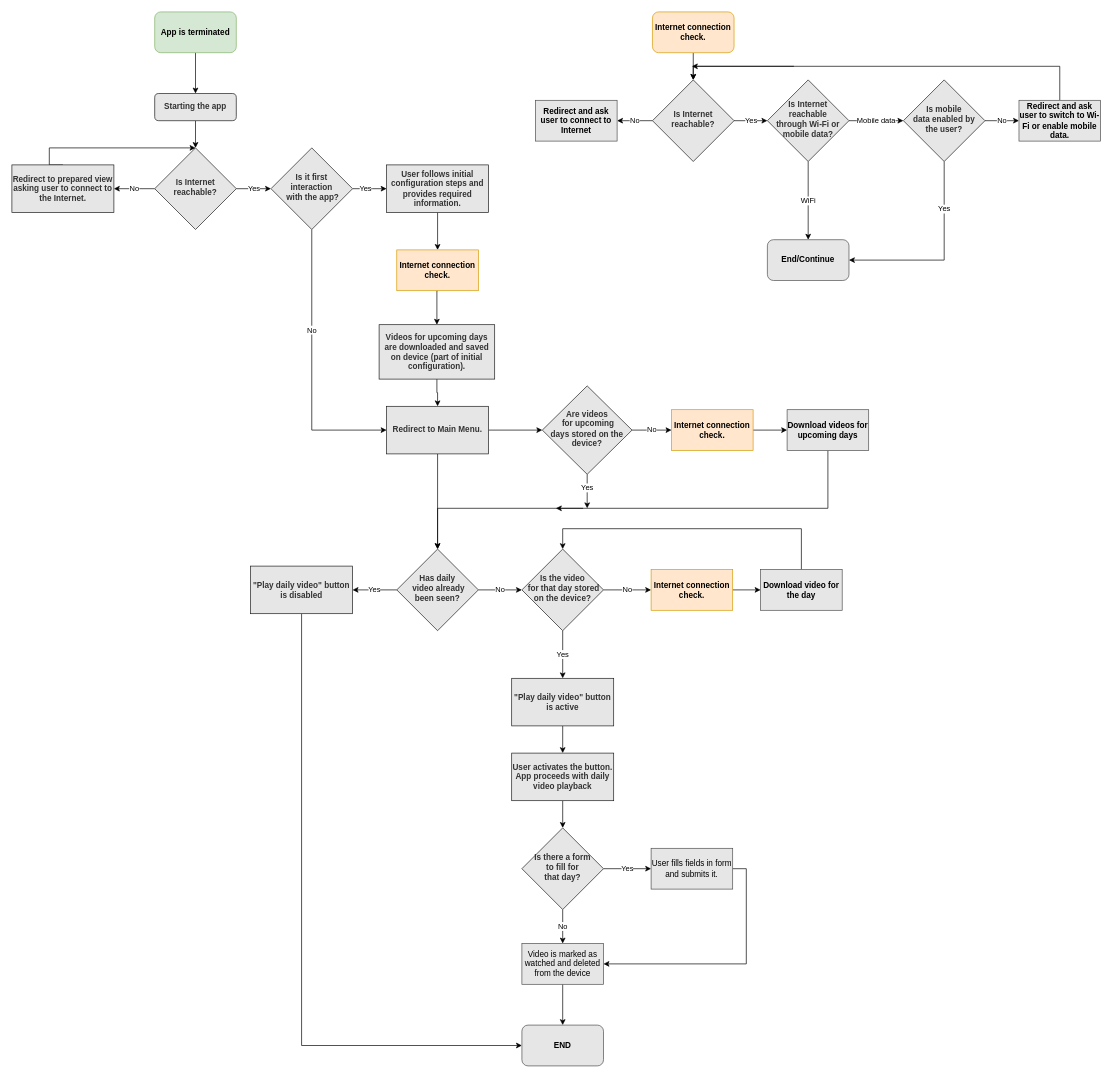
The draw.io diagram flow_charts/app_flow_chart.drawio in navuyi/LongTerm-TUFIQoE-2021, before the edit. Source tidied: cells renumbered, new cells numbered last; positions are measured from the earlier drawing's top-left corner, leaving out a move shared by most shapes. Both pictures are drawn from the tidied source at 68%, with x=0, y=0 at pixel (12, 12).
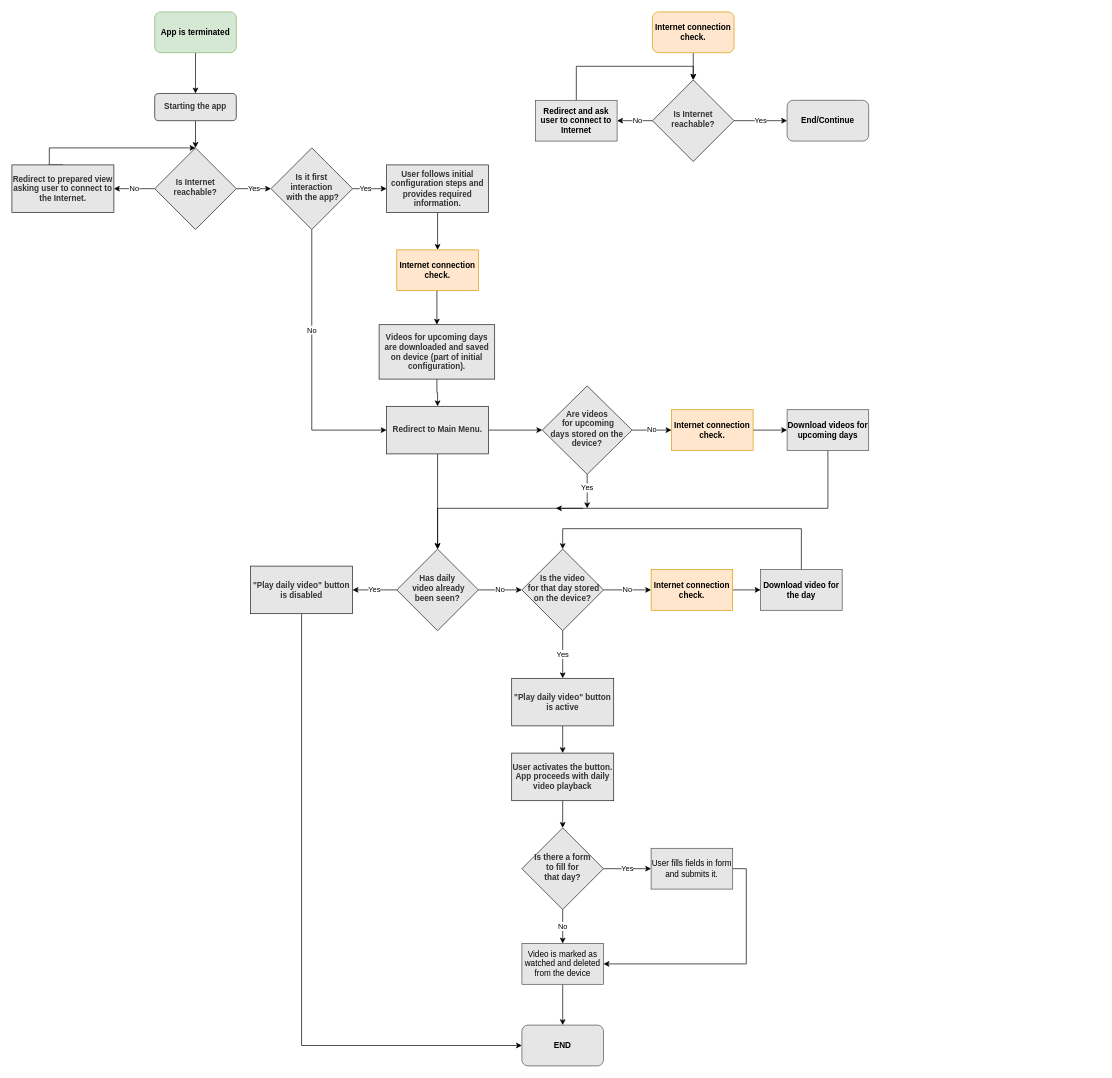
The same diagram, later.

The change refers to these unchanged cells:
```xml
<mxCell id="22" value="&lt;b&gt;Is Internet reachable?&lt;/b&gt;" style="rhombus;whiteSpace=wrap;html=1;shadow=0;fontFamily=Helvetica;fontSize=12;align=center;strokeWidth=1;spacing=6;spacingTop=-4;fillColor=#E6E6E6;fontColor=#333333;strokeColor=#1A1A1A;" parent="1" vertex="1">
  <mxGeometry x="942" y="100" width="120" height="120" as="geometry" />
</mxCell>
<mxCell id="36" value="&lt;b&gt;Redirect and ask user to connect to Internet&lt;/b&gt;" style="rounded=0;whiteSpace=wrap;html=1;fillColor=#E6E6E6;strokeColor=#4D4D4D;" parent="1" vertex="1">
  <mxGeometry x="770" y="130" width="120" height="60" as="geometry" />
</mxCell>
```

The edit, as a diff of the source:
```diff
@@
     <mxCell id="20" value="No" style="edgeStyle=orthogonalEdgeStyle;rounded=0;jettySize=auto;html=1;exitX=0;exitY=0.5;exitDx=0;exitDy=0;entryX=1;entryY=0.5;entryDx=0;entryDy=0;" parent="1" edge="1" source="22" target="36">
-      <mxGeometry relative="1" as="geometry">
+      <mxGeometry x="-0.15" relative="1" as="geometry">
         <Array as="points">
           <mxPoint x="942" y="160" />
           <mxPoint x="942" y="160" />
         </Array>
       </mxGeometry>
     </mxCell>
-    <mxCell id="21" value="Yes" style="edgeStyle=orthogonalEdgeStyle;rounded=0;jettySize=auto;html=1;exitX=1;exitY=0.5;exitDx=0;exitDy=0;entryX=0;entryY=0.5;entryDx=0;entryDy=0;" parent="1" edge="1" source="22" target="40">
+    <mxCell id="21" value="Yes" style="edgeStyle=orthogonalEdgeStyle;rounded=0;jettySize=auto;html=1;exitX=1;exitY=0.5;exitDx=0;exitDy=0;entryX=0;entryY=0.5;entryDx=0;entryDy=0;" parent="1" edge="1" source="22" target="37">
       <mxGeometry relative="1" as="geometry" />
     </mxCell>
@@
+    <mxCell id="71" style="edgeStyle=orthogonalEdgeStyle;rounded=0;jettySize=auto;html=1;exitX=0.5;exitY=0;exitDx=0;exitDy=0;entryX=0.5;entryY=0;entryDx=0;entryDy=0;" parent="1" edge="1" source="36" target="22">
+      <mxGeometry relative="1" as="geometry">
+        <Array as="points">
+          <mxPoint x="830" y="80" />
+          <mxPoint x="1002" y="80" />
+        </Array>
+      </mxGeometry>
+    </mxCell>
@@
     <mxCell id="37" value="&lt;b&gt;End/Continue&lt;/b&gt;" style="rounded=1;whiteSpace=wrap;html=1;strokeColor=#4D4D4D;fillColor=#E6E6E6;" parent="1" vertex="1">
-      <mxGeometry x="1111" y="335" width="120" height="60" as="geometry" />
+      <mxGeometry x="1140" y="130" width="120" height="60" as="geometry" />
     </mxCell>
-    <mxCell id="38" value="WiFi" style="edgeStyle=orthogonalEdgeStyle;rounded=0;jettySize=auto;html=1;exitX=0.5;exitY=1;exitDx=0;exitDy=0;entryX=0.5;entryY=0;entryDx=0;entryDy=0;" parent="1" edge="1" source="40" target="37">
-      <mxGeometry relative="1" as="geometry" />
-    </mxCell>
-    <mxCell id="39" value="Mobile data" style="edgeStyle=orthogonalEdgeStyle;rounded=0;jettySize=auto;html=1;exitX=1;exitY=0.5;exitDx=0;exitDy=0;entryX=0;entryY=0.5;entryDx=0;entryDy=0;" parent="1" edge="1" source="40" target="43">
-      <mxGeometry relative="1" as="geometry" />
-    </mxCell>
-    <mxCell id="40" value="&lt;b&gt;Is Internet reachable &lt;br&gt;through Wi-Fi or mobile data?&lt;/b&gt;" style="rhombus;whiteSpace=wrap;html=1;shadow=0;fontFamily=Helvetica;fontSize=12;align=center;strokeWidth=1;spacing=6;spacingTop=-4;fillColor=#E6E6E6;fontColor=#333333;strokeColor=#1A1A1A;" parent="1" vertex="1">
-      <mxGeometry x="1111" y="100" width="120" height="120" as="geometry" />
-    </mxCell>
-    <mxCell id="41" value="Yes" style="edgeStyle=orthogonalEdgeStyle;rounded=0;jettySize=auto;html=1;exitX=0.5;exitY=1;exitDx=0;exitDy=0;entryX=1;entryY=0.5;entryDx=0;entryDy=0;" parent="1" edge="1" source="43" target="37">
-      <mxGeometry x="-0.51" relative="1" as="geometry" />
-    </mxCell>
-    <mxCell id="42" value="No" style="edgeStyle=orthogonalEdgeStyle;rounded=0;jettySize=auto;html=1;exitX=1;exitY=0.5;exitDx=0;exitDy=0;entryX=0;entryY=0.5;entryDx=0;entryDy=0;" parent="1" edge="1" source="43" target="45">
-      <mxGeometry relative="1" as="geometry" />
-    </mxCell>
-    <mxCell id="43" value="&lt;b&gt;Is mobile &lt;br&gt;data enabled by the user?&lt;/b&gt;" style="rhombus;whiteSpace=wrap;html=1;shadow=0;fontFamily=Helvetica;fontSize=12;align=center;strokeWidth=1;spacing=6;spacingTop=-4;fillColor=#E6E6E6;fontColor=#333333;strokeColor=#1A1A1A;" parent="1" vertex="1">
-      <mxGeometry x="1311" y="100" width="120" height="120" as="geometry" />
-    </mxCell>
-    <mxCell id="44" style="edgeStyle=orthogonalEdgeStyle;rounded=0;jettySize=auto;html=1;exitX=0.5;exitY=0;exitDx=0;exitDy=0;entryX=0.5;entryY=0;entryDx=0;entryDy=0;" parent="1" edge="1" source="45" target="22">
-      <mxGeometry relative="1" as="geometry">
-        <Array as="points">
-          <mxPoint x="1541" y="80" />
-          <mxPoint x="1002" y="80" />
-        </Array>
-      </mxGeometry>
-    </mxCell>
-    <mxCell id="45" value="&lt;b&gt;Redirect and ask user to switch to Wi-Fi or enable mobile data.&lt;/b&gt;" style="rounded=0;whiteSpace=wrap;html=1;strokeColor=#4D4D4D;fillColor=#E6E6E6;" parent="1" vertex="1">
-      <mxGeometry x="1481" y="130" width="120" height="60" as="geometry" />
-    </mxCell>
@@
-    <mxCell id="60" style="endArrow=classic;html=1;verticalAlign=middle;" parent="1" edge="1">
-      <mxGeometry relative="1" as="geometry">
-        <mxPoint x="1150" y="80" as="sourcePoint" />
-        <mxPoint x="1000" y="80" as="targetPoint" />
-      </mxGeometry>
-    </mxCell>
```
